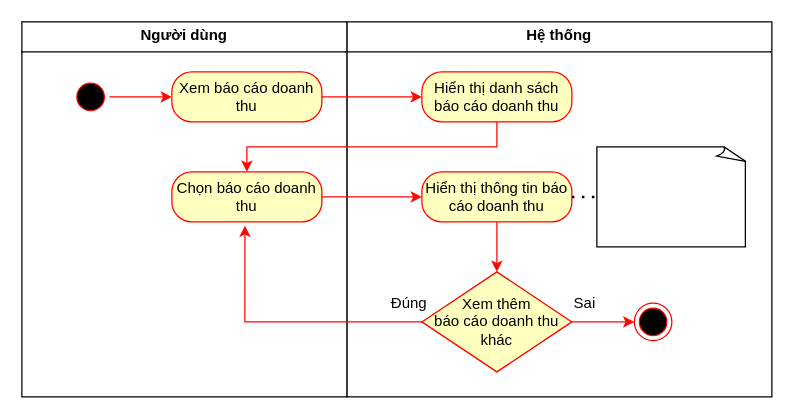
HaojackYT/DAA_SA keeps this draw.io diagram as Sơ đồ hoạt động UC xem báo cáo doanh thu.drawio. Above is the earlier version. Source tidied: cells renumbered, new cells numbered last; positions are measured from the earlier drawing's top-left corner, leaving out a move shared by most shapes. Both pictures are drawn from the tidied source at 125%, with x=0, y=0 at pixel (21, 21).
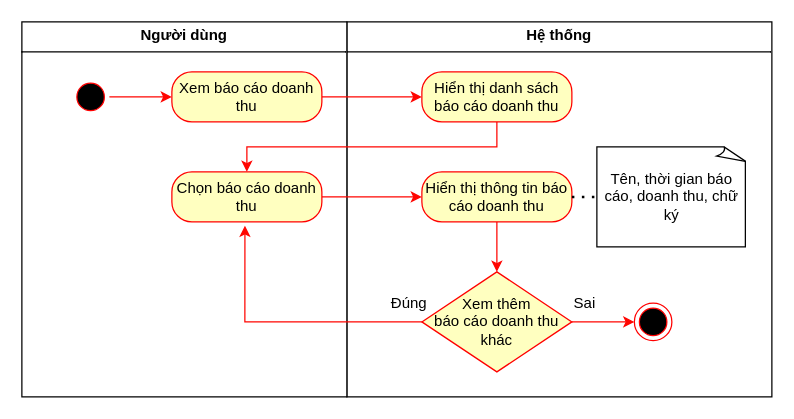
The same diagram, later.

What changed in the source:
```diff
@@
-    <mxCell id="15" style="whiteSpace=wrap;html=1;shape=mxgraph.basic.document;align=center;" parent="1" vertex="1">
+    <mxCell id="15" value="Tên, thời gian báo cáo, doanh thu, chữ ký" style="whiteSpace=wrap;html=1;shape=mxgraph.basic.document;align=center;" parent="1" vertex="1">
       <mxGeometry x="460" y="100" width="120" height="80" as="geometry" />
     </mxCell>
```
